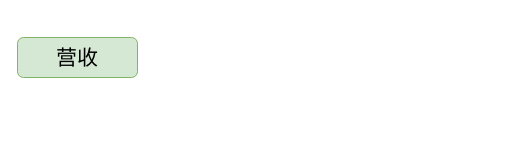
Before: 3个指标变化.drawio in pidada/drawio-peter, a draw.io diagram. Source tidied: cells renumbered, new cells numbered last; positions are measured from the earlier drawing's top-left corner, leaving out a move shared by most shapes. Both pictures are drawn from the tidied source at 100%, with x=0, y=0 at pixel (17, 37).
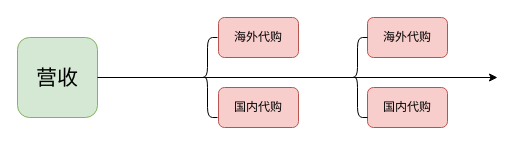
After the change.

Commit message (it also covers changes not shown here):
Update 3个指标变化.drawio

What changed in the source:
```diff
@@
 <mxGraphModel>
   <root>
     <mxCell id="0" />
     <mxCell id="1" parent="0" />
     <mxCell id="2" value="&lt;font style=&quot;font-size: 21px&quot;&gt;营收&lt;/font&gt;" style="rounded=1;whiteSpace=wrap;html=1;fillColor=#d5e8d4;strokeColor=#82b366;" parent="1" vertex="1">
-      <mxGeometry width="120" height="40" as="geometry" />
+      <mxGeometry width="80" height="80" as="geometry" />
     </mxCell>
+    <mxCell id="3" style="shape=curlyBracket;whiteSpace=wrap;html=1;rounded=1;" parent="1" vertex="1">
+      <mxGeometry x="180" width="20" height="80" as="geometry" />
+    </mxCell>
+    <mxCell id="4" style="endArrow=classic;html=1;exitX=1;exitY=0.5;exitDx=0;exitDy=0;" parent="1" edge="1" source="2">
+      <mxGeometry relative="1" as="geometry">
+        <mxPoint x="480" y="40" as="targetPoint" />
+      </mxGeometry>
+    </mxCell>
+    <mxCell id="5" style="group;" parent="1" vertex="1">
+      <mxGeometry x="201" y="-20" width="80" height="110" as="geometry" />
+    </mxCell>
+    <mxCell id="6" value="海外代购" style="rounded=1;whiteSpace=wrap;html=1;fillColor=#f8cecc;strokeColor=#b85450;" parent="5" vertex="1">
+      <mxGeometry width="80" height="40" as="geometry" />
+    </mxCell>
+    <mxCell id="7" value="国内代购" style="rounded=1;whiteSpace=wrap;html=1;fillColor=#f8cecc;strokeColor=#b85450;" parent="5" vertex="1">
+      <mxGeometry y="70" width="80" height="40" as="geometry" />
+    </mxCell>
+    <mxCell id="8" style="group;" parent="1" vertex="1">
+      <mxGeometry x="350" y="-20" width="80" height="110" as="geometry" />
+    </mxCell>
+    <mxCell id="9" value="海外代购" style="rounded=1;whiteSpace=wrap;html=1;fillColor=#f8cecc;strokeColor=#b85450;" parent="8" vertex="1">
+      <mxGeometry width="80" height="40" as="geometry" />
+    </mxCell>
+    <mxCell id="10" value="国内代购" style="rounded=1;whiteSpace=wrap;html=1;fillColor=#f8cecc;strokeColor=#b85450;" parent="8" vertex="1">
+      <mxGeometry y="70" width="80" height="40" as="geometry" />
+    </mxCell>
+    <mxCell id="11" style="shape=curlyBracket;whiteSpace=wrap;html=1;rounded=1;" parent="1" vertex="1">
+      <mxGeometry x="330" width="20" height="80" as="geometry" />
+    </mxCell>
   </root>
 </mxGraphModel>
```
